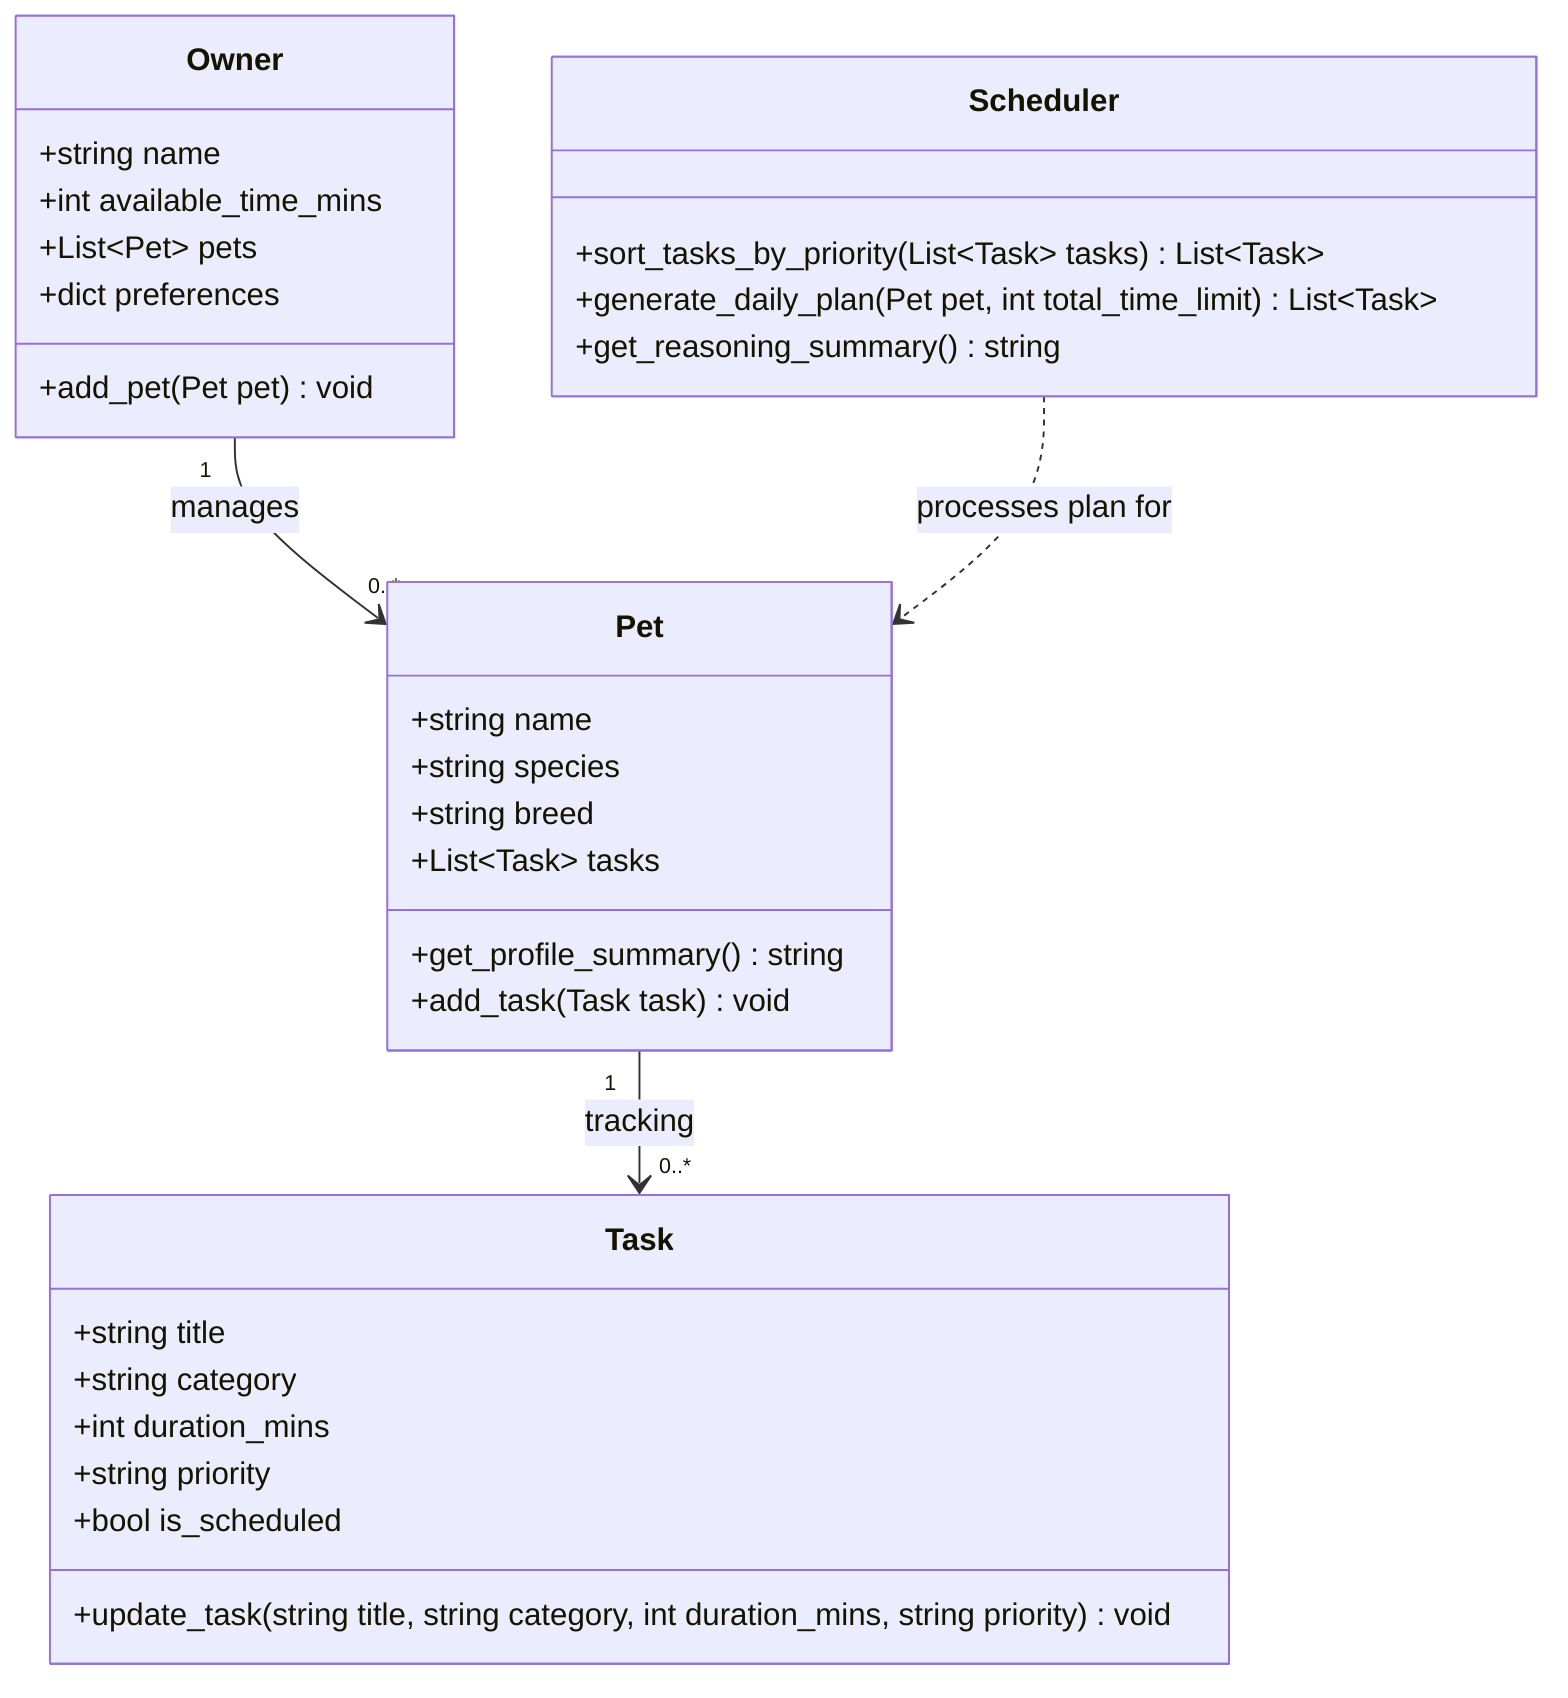
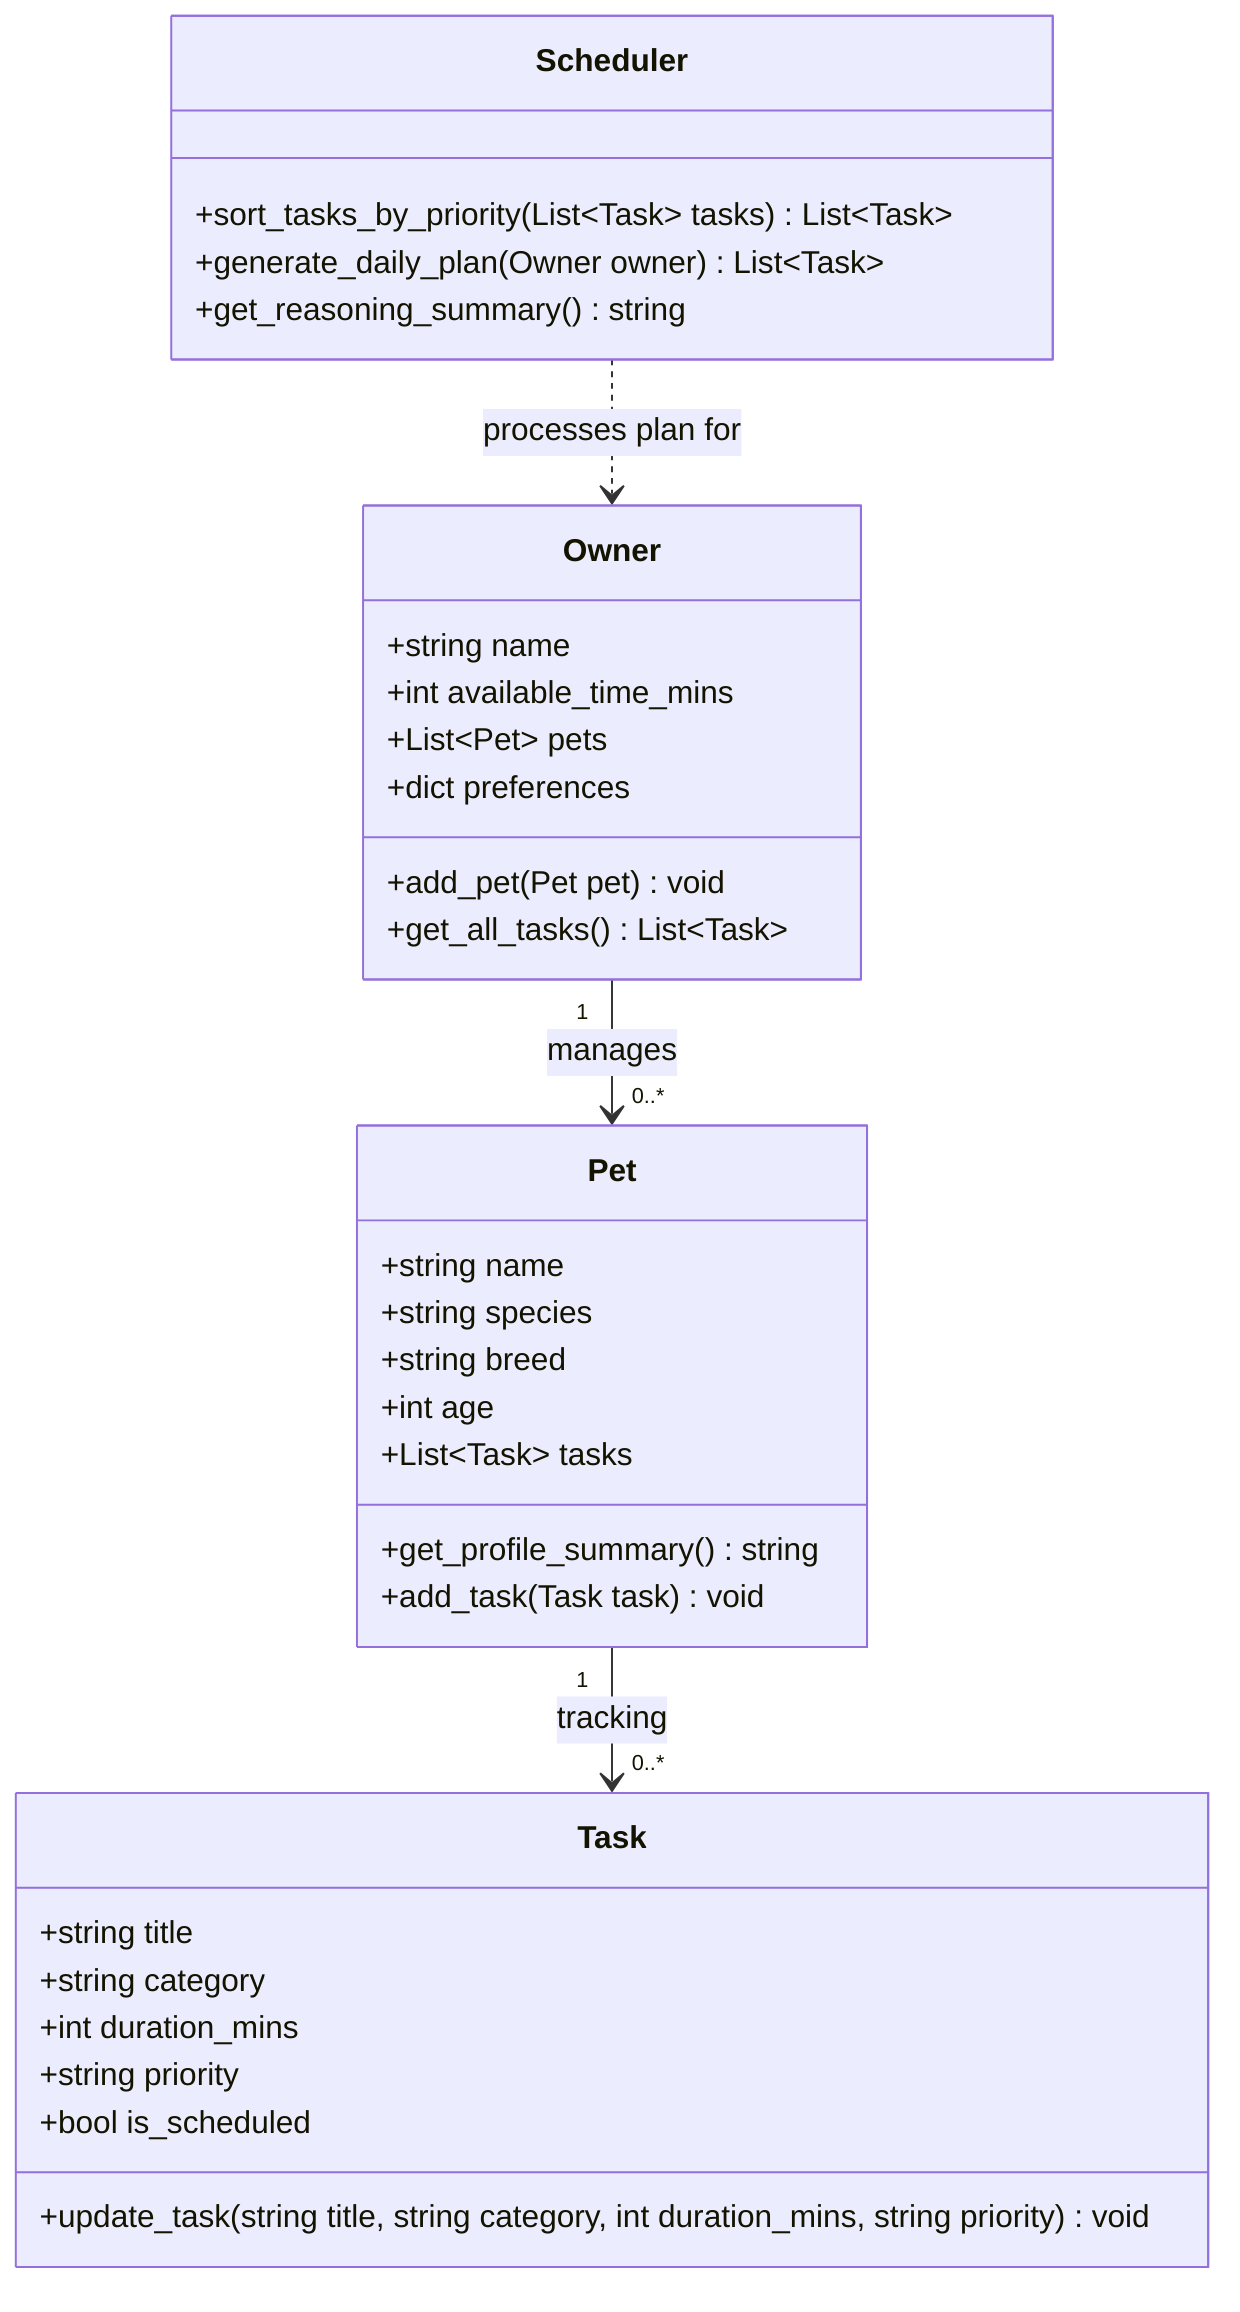
classDiagram
    %% PawPal+ — Revised Class Diagram

    class Owner {
        +string name
        +int available_time_mins
        +List~Pet~ pets
        +dict preferences
        +add_pet(Pet pet) void
+         +get_all_tasks() List~Task~
    }

    class Pet {
        +string name
        +string species
        +string breed
+         +int age
        +List~Task~ tasks
        +get_profile_summary() string
        +add_task(Task task) void
    }

    class Task {
        +string title
        +string category
        +int duration_mins
        +string priority
        +bool is_scheduled
        +update_task(string title, string category, int duration_mins, string priority) void
    }

    class Scheduler {
        +sort_tasks_by_priority(List~Task~ tasks) List~Task~
-         +generate_daily_plan(Pet pet, int total_time_limit) List~Task~
+         +generate_daily_plan(Owner owner) List~Task~
        +get_reasoning_summary() string
    }

    Owner "1" --> "0..*" Pet : manages
    Pet "1" --> "0..*" Task : tracking
-     Scheduler ..> Pet : processes plan for+     Scheduler ..> Owner : processes plan for
